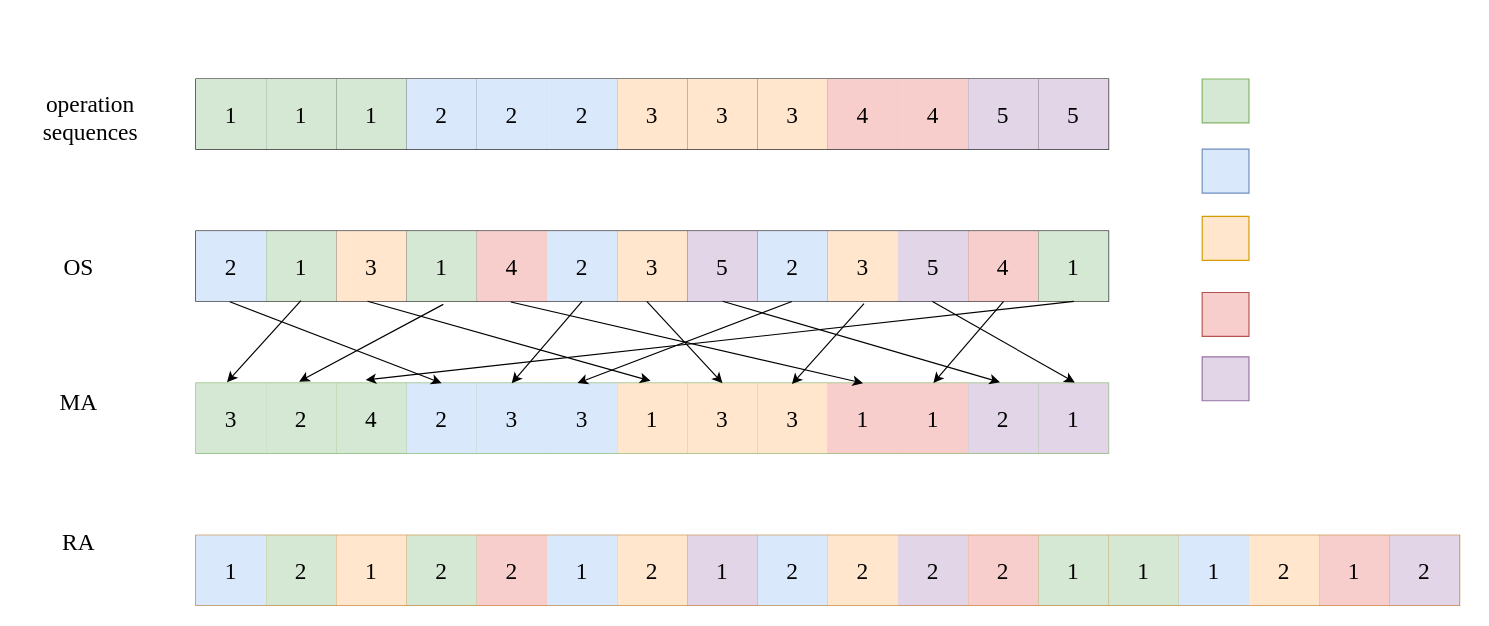
Above: 未命名绘图.drawio in aslongaslihappy/algorithm (draw.io), before the change. Source tidied: cells renumbered, new cells numbered last; positions are measured from the earlier drawing's top-left corner, leaving out a move shared by most shapes. Both pictures are drawn from the tidied source at 117%, with x=0, y=0 at pixel (20, 78).
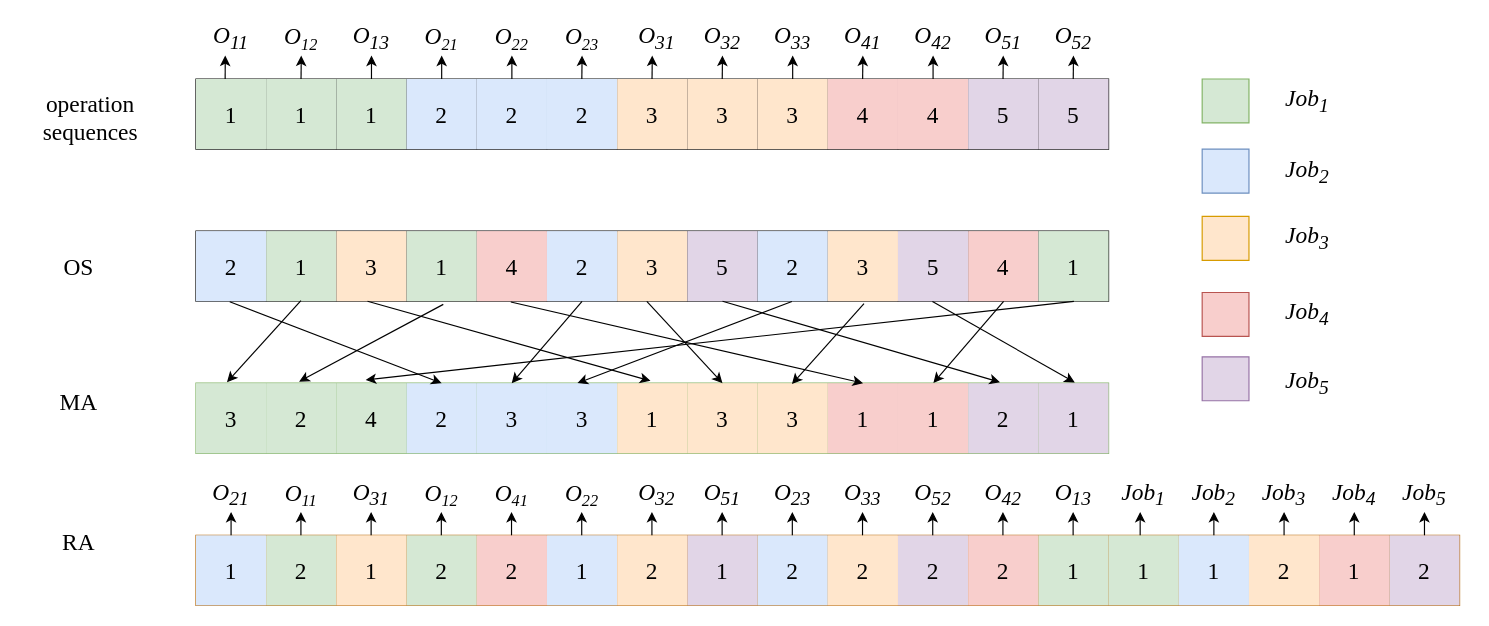
The same page after the edit.

Unchanged cells that the change refers to:
```xml
<mxCell id="56" style="shape=tableRow;horizontal=0;startSize=0;swimlaneHead=0;swimlaneBody=0;strokeColor=inherit;top=0;left=0;bottom=0;right=0;fillColor=none;points=[[0,0.5],[1,0.5]];portConstraint=eastwest;fontFamily=Times New Roman;fontSize=20;" parent="55" vertex="1">
  <mxGeometry width="780" height="60" as="geometry" />
</mxCell>
```

What changed in the source:
```diff
@@
+    <mxCell id="103" value="Job&lt;sub&gt;1&lt;/sub&gt;" style="text;strokeColor=none;align=center;fillColor=none;html=1;verticalAlign=middle;whiteSpace=wrap;rounded=0;fontSize=20;fontFamily=Times New Roman;fontStyle=2;" parent="1" vertex="1">
+      <mxGeometry x="1070" y="3.8" width="60" height="30" as="geometry" />
+    </mxCell>
+    <mxCell id="104" value="Job&lt;sub&gt;2&lt;/sub&gt;" style="text;strokeColor=none;align=center;fillColor=none;html=1;verticalAlign=middle;whiteSpace=wrap;rounded=0;fontSize=20;fontFamily=Times New Roman;fontStyle=2;" parent="1" vertex="1">
+      <mxGeometry x="1070" y="63.8" width="60" height="30" as="geometry" />
+    </mxCell>
+    <mxCell id="105" value="Job&lt;sub&gt;3&lt;/sub&gt;" style="text;strokeColor=none;align=center;fillColor=none;html=1;verticalAlign=middle;whiteSpace=wrap;rounded=0;fontSize=20;fontFamily=Times New Roman;fontStyle=2;" parent="1" vertex="1">
+      <mxGeometry x="1070" y="121.2" width="60" height="30" as="geometry" />
+    </mxCell>
+    <mxCell id="106" value="Job&lt;sub&gt;4&lt;/sub&gt;" style="text;strokeColor=none;align=center;fillColor=none;html=1;verticalAlign=middle;whiteSpace=wrap;rounded=0;fontSize=20;fontFamily=Times New Roman;fontStyle=2;" parent="1" vertex="1">
+      <mxGeometry x="1070" y="186.2" width="60" height="30" as="geometry" />
+    </mxCell>
+    <mxCell id="107" value="Job&lt;sub&gt;5&lt;/sub&gt;" style="text;strokeColor=none;align=center;fillColor=none;html=1;verticalAlign=middle;whiteSpace=wrap;rounded=0;fontSize=20;fontFamily=Times New Roman;fontStyle=2;" parent="1" vertex="1">
+      <mxGeometry x="1070" y="245" width="60" height="30" as="geometry" />
+    </mxCell>
+    <mxCell id="108" value="&lt;i&gt;O&lt;sub&gt;11&lt;/sub&gt;&lt;/i&gt;" style="text;strokeColor=none;align=center;fillColor=none;html=1;verticalAlign=middle;whiteSpace=wrap;rounded=0;fontSize=20;fontFamily=Times New Roman;" parent="1" vertex="1">
+      <mxGeometry x="150" y="-50" width="60" height="30" as="geometry" />
+    </mxCell>
+    <mxCell id="109" value="&lt;i&gt;O&lt;span style=&quot;font-size: 16.6667px;&quot;&gt;&lt;sub&gt;12&lt;/sub&gt;&lt;/span&gt;&lt;/i&gt;" style="text;strokeColor=none;align=center;fillColor=none;html=1;verticalAlign=middle;whiteSpace=wrap;rounded=0;fontSize=20;fontFamily=Times New Roman;" parent="1" vertex="1">
+      <mxGeometry x="210" y="-50" width="60" height="30" as="geometry" />
+    </mxCell>
+    <mxCell id="110" value="&lt;i&gt;O&lt;sub&gt;13&lt;/sub&gt;&lt;/i&gt;" style="text;strokeColor=none;align=center;fillColor=none;html=1;verticalAlign=middle;whiteSpace=wrap;rounded=0;fontSize=20;fontFamily=Times New Roman;" parent="1" vertex="1">
+      <mxGeometry x="270" y="-50" width="60" height="30" as="geometry" />
+    </mxCell>
+    <mxCell id="111" value="&lt;i&gt;O&lt;sub&gt;33&lt;/sub&gt;&lt;/i&gt;" style="text;strokeColor=none;align=center;fillColor=none;html=1;verticalAlign=middle;whiteSpace=wrap;rounded=0;fontSize=20;fontFamily=Times New Roman;" parent="1" vertex="1">
+      <mxGeometry x="630" y="-50" width="60" height="30" as="geometry" />
+    </mxCell>
+    <mxCell id="112" value="&lt;i&gt;O&lt;sub&gt;32&lt;/sub&gt;&lt;/i&gt;" style="text;strokeColor=none;align=center;fillColor=none;html=1;verticalAlign=middle;whiteSpace=wrap;rounded=0;fontSize=20;fontFamily=Times New Roman;" parent="1" vertex="1">
+      <mxGeometry x="570" y="-50" width="60" height="30" as="geometry" />
+    </mxCell>
+    <mxCell id="113" value="&lt;i&gt;O&lt;sub&gt;31&lt;/sub&gt;&lt;/i&gt;" style="text;strokeColor=none;align=center;fillColor=none;html=1;verticalAlign=middle;whiteSpace=wrap;rounded=0;fontSize=20;fontFamily=Times New Roman;" parent="1" vertex="1">
+      <mxGeometry x="514" y="-50" width="60" height="30" as="geometry" />
+    </mxCell>
+    <mxCell id="114" value="&lt;i&gt;O&lt;span style=&quot;font-size: 16.6667px;&quot;&gt;&lt;sub&gt;21&lt;/sub&gt;&lt;/span&gt;&lt;/i&gt;" style="text;strokeColor=none;align=center;fillColor=none;html=1;verticalAlign=middle;whiteSpace=wrap;rounded=0;fontSize=20;fontFamily=Times New Roman;" parent="1" vertex="1">
+      <mxGeometry x="330" y="-50" width="60" height="30" as="geometry" />
+    </mxCell>
+    <mxCell id="115" value="&lt;i&gt;O&lt;span style=&quot;font-size: 16.6667px;&quot;&gt;&lt;sub&gt;23&lt;/sub&gt;&lt;/span&gt;&lt;/i&gt;" style="text;strokeColor=none;align=center;fillColor=none;html=1;verticalAlign=middle;whiteSpace=wrap;rounded=0;fontSize=20;fontFamily=Times New Roman;" parent="1" vertex="1">
+      <mxGeometry x="450" y="-50" width="60" height="30" as="geometry" />
+    </mxCell>
+    <mxCell id="116" value="&lt;i&gt;O&lt;span style=&quot;font-size: 16.6667px;&quot;&gt;&lt;sub&gt;22&lt;/sub&gt;&lt;/span&gt;&lt;/i&gt;" style="text;strokeColor=none;align=center;fillColor=none;html=1;verticalAlign=middle;whiteSpace=wrap;rounded=0;fontSize=20;fontFamily=Times New Roman;" parent="1" vertex="1">
+      <mxGeometry x="390" y="-50" width="60" height="30" as="geometry" />
+    </mxCell>
+    <mxCell id="117" value="&lt;i&gt;O&lt;sub&gt;41&lt;/sub&gt;&lt;/i&gt;" style="text;strokeColor=none;align=center;fillColor=none;html=1;verticalAlign=middle;whiteSpace=wrap;rounded=0;fontSize=20;fontFamily=Times New Roman;" parent="1" vertex="1">
+      <mxGeometry x="690" y="-50" width="60" height="30" as="geometry" />
+    </mxCell>
+    <mxCell id="118" value="&lt;i&gt;O&lt;sub&gt;42&lt;/sub&gt;&lt;/i&gt;" style="text;strokeColor=none;align=center;fillColor=none;html=1;verticalAlign=middle;whiteSpace=wrap;rounded=0;fontSize=20;fontFamily=Times New Roman;" parent="1" vertex="1">
+      <mxGeometry x="750" y="-50" width="60" height="30" as="geometry" />
+    </mxCell>
+    <mxCell id="119" value="&lt;i&gt;O&lt;sub&gt;51&lt;/sub&gt;&lt;/i&gt;" style="text;strokeColor=none;align=center;fillColor=none;html=1;verticalAlign=middle;whiteSpace=wrap;rounded=0;fontSize=20;fontFamily=Times New Roman;" parent="1" vertex="1">
+      <mxGeometry x="810" y="-50" width="60" height="30" as="geometry" />
+    </mxCell>
+    <mxCell id="120" value="&lt;i&gt;O&lt;sub&gt;52&lt;/sub&gt;&lt;/i&gt;" style="text;strokeColor=none;align=center;fillColor=none;html=1;verticalAlign=middle;whiteSpace=wrap;rounded=0;fontSize=20;fontFamily=Times New Roman;" parent="1" vertex="1">
+      <mxGeometry x="870" y="-50" width="60" height="30" as="geometry" />
+    </mxCell>
+    <mxCell id="121" style="endArrow=classic;html=1;rounded=0;exitX=0.032;exitY=0;exitDx=0;exitDy=0;exitPerimeter=0;spacing=2;spacingTop=0;spacingBottom=0;" parent="1" edge="1" source="56">
+      <mxGeometry relative="1" as="geometry">
+        <mxPoint x="175" y="-20" as="targetPoint" />
+      </mxGeometry>
+    </mxCell>
+    <mxCell id="122" style="endArrow=classic;html=1;rounded=0;exitX=0.032;exitY=0;exitDx=0;exitDy=0;exitPerimeter=0;spacing=2;spacingTop=0;spacingBottom=0;" parent="1" edge="1">
+      <mxGeometry relative="1" as="geometry">
+        <mxPoint x="239.8" as="sourcePoint" />
+        <mxPoint x="240" y="-20" as="targetPoint" />
+      </mxGeometry>
+    </mxCell>
+    <mxCell id="123" style="endArrow=classic;html=1;rounded=0;exitX=0.032;exitY=0;exitDx=0;exitDy=0;exitPerimeter=0;spacing=2;spacingTop=0;spacingBottom=0;" parent="1" edge="1">
+      <mxGeometry relative="1" as="geometry">
+        <mxPoint x="300" as="sourcePoint" />
+        <mxPoint x="300" y="-20" as="targetPoint" />
+      </mxGeometry>
+    </mxCell>
+    <mxCell id="124" style="endArrow=classic;html=1;rounded=0;exitX=0.032;exitY=0;exitDx=0;exitDy=0;exitPerimeter=0;spacing=2;spacingTop=0;spacingBottom=0;" parent="1" edge="1">
+      <mxGeometry relative="1" as="geometry">
+        <mxPoint x="360" as="sourcePoint" />
+        <mxPoint x="360" y="-20" as="targetPoint" />
+      </mxGeometry>
+    </mxCell>
+    <mxCell id="125" style="endArrow=classic;html=1;rounded=0;exitX=0.032;exitY=0;exitDx=0;exitDy=0;exitPerimeter=0;spacing=2;spacingTop=0;spacingBottom=0;" parent="1" edge="1">
+      <mxGeometry relative="1" as="geometry">
+        <mxPoint x="420" as="sourcePoint" />
+        <mxPoint x="420" y="-20" as="targetPoint" />
+      </mxGeometry>
+    </mxCell>
+    <mxCell id="126" style="endArrow=classic;html=1;rounded=0;exitX=0.032;exitY=0;exitDx=0;exitDy=0;exitPerimeter=0;spacing=2;spacingTop=0;spacingBottom=0;" parent="1" edge="1">
+      <mxGeometry relative="1" as="geometry">
+        <mxPoint x="479.8" as="sourcePoint" />
+        <mxPoint x="480" y="-20" as="targetPoint" />
+      </mxGeometry>
+    </mxCell>
+    <mxCell id="127" style="endArrow=classic;html=1;rounded=0;exitX=0.032;exitY=0;exitDx=0;exitDy=0;exitPerimeter=0;spacing=2;spacingTop=0;spacingBottom=0;" parent="1" edge="1">
+      <mxGeometry relative="1" as="geometry">
+        <mxPoint x="539.8" as="sourcePoint" />
+        <mxPoint x="540" y="-20" as="targetPoint" />
+      </mxGeometry>
+    </mxCell>
+    <mxCell id="128" style="endArrow=classic;html=1;rounded=0;exitX=0.032;exitY=0;exitDx=0;exitDy=0;exitPerimeter=0;spacing=2;spacingTop=0;spacingBottom=0;" parent="1" edge="1">
+      <mxGeometry relative="1" as="geometry">
+        <mxPoint x="599.8" as="sourcePoint" />
+        <mxPoint x="600" y="-20" as="targetPoint" />
+      </mxGeometry>
+    </mxCell>
+    <mxCell id="129" style="endArrow=classic;html=1;rounded=0;exitX=0.032;exitY=0;exitDx=0;exitDy=0;exitPerimeter=0;spacing=2;spacingTop=0;spacingBottom=0;" parent="1" edge="1">
+      <mxGeometry relative="1" as="geometry">
+        <mxPoint x="660" as="sourcePoint" />
+        <mxPoint x="660" y="-20" as="targetPoint" />
+      </mxGeometry>
+    </mxCell>
+    <mxCell id="130" style="endArrow=classic;html=1;rounded=0;exitX=0.032;exitY=0;exitDx=0;exitDy=0;exitPerimeter=0;spacing=2;spacingTop=0;spacingBottom=0;" parent="1" edge="1">
+      <mxGeometry relative="1" as="geometry">
+        <mxPoint x="719.8" as="sourcePoint" />
+        <mxPoint x="720" y="-20" as="targetPoint" />
+      </mxGeometry>
+    </mxCell>
+    <mxCell id="131" style="endArrow=classic;html=1;rounded=0;exitX=0.032;exitY=0;exitDx=0;exitDy=0;exitPerimeter=0;spacing=2;spacingTop=0;spacingBottom=0;" parent="1" edge="1">
+      <mxGeometry relative="1" as="geometry">
+        <mxPoint x="780" as="sourcePoint" />
+        <mxPoint x="780" y="-20" as="targetPoint" />
+      </mxGeometry>
+    </mxCell>
+    <mxCell id="132" style="endArrow=classic;html=1;rounded=0;exitX=0.032;exitY=0;exitDx=0;exitDy=0;exitPerimeter=0;spacing=2;spacingTop=0;spacingBottom=0;" parent="1" edge="1">
+      <mxGeometry relative="1" as="geometry">
+        <mxPoint x="839.8" as="sourcePoint" />
+        <mxPoint x="840" y="-20" as="targetPoint" />
+      </mxGeometry>
+    </mxCell>
+    <mxCell id="133" style="endArrow=classic;html=1;rounded=0;exitX=0.032;exitY=0;exitDx=0;exitDy=0;exitPerimeter=0;spacing=2;spacingTop=0;spacingBottom=0;" parent="1" edge="1">
+      <mxGeometry relative="1" as="geometry">
+        <mxPoint x="899.8" as="sourcePoint" />
+        <mxPoint x="900" y="-20" as="targetPoint" />
+      </mxGeometry>
+    </mxCell>
+    <mxCell id="134" style="endArrow=classic;html=1;rounded=0;exitX=0.032;exitY=0;exitDx=0;exitDy=0;exitPerimeter=0;" parent="1" edge="1">
+      <mxGeometry relative="1" as="geometry">
+        <mxPoint x="180" y="390" as="sourcePoint" />
+        <mxPoint x="180" y="370" as="targetPoint" />
+      </mxGeometry>
+    </mxCell>
+    <mxCell id="135" value="&lt;i&gt;O&lt;sub&gt;21&lt;/sub&gt;&lt;/i&gt;" style="text;strokeColor=none;align=center;fillColor=none;html=1;verticalAlign=middle;whiteSpace=wrap;rounded=0;fontSize=20;fontFamily=Times New Roman;" parent="1" vertex="1">
+      <mxGeometry x="150" y="340" width="60" height="30" as="geometry" />
+    </mxCell>
+    <mxCell id="136" value="&lt;i&gt;O&lt;span style=&quot;font-size: 16.6667px;&quot;&gt;&lt;sub&gt;11&lt;/sub&gt;&lt;/span&gt;&lt;/i&gt;" style="text;strokeColor=none;align=center;fillColor=none;html=1;verticalAlign=middle;whiteSpace=wrap;rounded=0;fontSize=20;fontFamily=Times New Roman;" parent="1" vertex="1">
+      <mxGeometry x="210" y="340" width="60" height="30" as="geometry" />
+    </mxCell>
+    <mxCell id="137" value="&lt;i&gt;O&lt;sub&gt;31&lt;/sub&gt;&lt;/i&gt;" style="text;strokeColor=none;align=center;fillColor=none;html=1;verticalAlign=middle;whiteSpace=wrap;rounded=0;fontSize=20;fontFamily=Times New Roman;" parent="1" vertex="1">
+      <mxGeometry x="270" y="340" width="60" height="30" as="geometry" />
+    </mxCell>
+    <mxCell id="138" value="&lt;i&gt;O&lt;sub&gt;23&lt;/sub&gt;&lt;/i&gt;" style="text;strokeColor=none;align=center;fillColor=none;html=1;verticalAlign=middle;whiteSpace=wrap;rounded=0;fontSize=20;fontFamily=Times New Roman;" parent="1" vertex="1">
+      <mxGeometry x="630" y="340" width="60" height="30" as="geometry" />
+    </mxCell>
+    <mxCell id="139" value="&lt;i&gt;O&lt;sub&gt;51&lt;/sub&gt;&lt;/i&gt;" style="text;strokeColor=none;align=center;fillColor=none;html=1;verticalAlign=middle;whiteSpace=wrap;rounded=0;fontSize=20;fontFamily=Times New Roman;" parent="1" vertex="1">
+      <mxGeometry x="570" y="340" width="60" height="30" as="geometry" />
+    </mxCell>
+    <mxCell id="140" value="&lt;i&gt;O&lt;sub&gt;32&lt;/sub&gt;&lt;/i&gt;" style="text;strokeColor=none;align=center;fillColor=none;html=1;verticalAlign=middle;whiteSpace=wrap;rounded=0;fontSize=20;fontFamily=Times New Roman;" parent="1" vertex="1">
+      <mxGeometry x="514" y="340" width="60" height="30" as="geometry" />
+    </mxCell>
+    <mxCell id="141" value="&lt;i&gt;O&lt;span style=&quot;font-size: 16.6667px;&quot;&gt;&lt;sub&gt;12&lt;/sub&gt;&lt;/span&gt;&lt;/i&gt;" style="text;strokeColor=none;align=center;fillColor=none;html=1;verticalAlign=middle;whiteSpace=wrap;rounded=0;fontSize=20;fontFamily=Times New Roman;" parent="1" vertex="1">
+      <mxGeometry x="330" y="340" width="60" height="30" as="geometry" />
+    </mxCell>
+    <mxCell id="142" value="&lt;i&gt;O&lt;span style=&quot;font-size: 16.6667px;&quot;&gt;&lt;sub&gt;22&lt;/sub&gt;&lt;/span&gt;&lt;/i&gt;" style="text;strokeColor=none;align=center;fillColor=none;html=1;verticalAlign=middle;whiteSpace=wrap;rounded=0;fontSize=20;fontFamily=Times New Roman;" parent="1" vertex="1">
+      <mxGeometry x="450" y="340" width="60" height="30" as="geometry" />
+    </mxCell>
+    <mxCell id="143" value="&lt;i&gt;O&lt;span style=&quot;font-size: 16.6667px;&quot;&gt;&lt;sub&gt;41&lt;/sub&gt;&lt;/span&gt;&lt;/i&gt;" style="text;strokeColor=none;align=center;fillColor=none;html=1;verticalAlign=middle;whiteSpace=wrap;rounded=0;fontSize=20;fontFamily=Times New Roman;" parent="1" vertex="1">
+      <mxGeometry x="390" y="340" width="60" height="30" as="geometry" />
+    </mxCell>
+    <mxCell id="144" value="&lt;i&gt;O&lt;sub&gt;33&lt;/sub&gt;&lt;/i&gt;" style="text;strokeColor=none;align=center;fillColor=none;html=1;verticalAlign=middle;whiteSpace=wrap;rounded=0;fontSize=20;fontFamily=Times New Roman;" parent="1" vertex="1">
+      <mxGeometry x="690" y="340" width="60" height="30" as="geometry" />
+    </mxCell>
+    <mxCell id="145" value="&lt;i&gt;O&lt;sub&gt;52&lt;/sub&gt;&lt;/i&gt;" style="text;strokeColor=none;align=center;fillColor=none;html=1;verticalAlign=middle;whiteSpace=wrap;rounded=0;fontSize=20;fontFamily=Times New Roman;" parent="1" vertex="1">
+      <mxGeometry x="750" y="340" width="60" height="30" as="geometry" />
+    </mxCell>
+    <mxCell id="146" value="&lt;i&gt;O&lt;sub&gt;42&lt;/sub&gt;&lt;/i&gt;" style="text;strokeColor=none;align=center;fillColor=none;html=1;verticalAlign=middle;whiteSpace=wrap;rounded=0;fontSize=20;fontFamily=Times New Roman;" parent="1" vertex="1">
+      <mxGeometry x="810" y="340" width="60" height="30" as="geometry" />
+    </mxCell>
+    <mxCell id="147" value="&lt;i&gt;O&lt;sub&gt;13&lt;/sub&gt;&lt;/i&gt;" style="text;strokeColor=none;align=center;fillColor=none;html=1;verticalAlign=middle;whiteSpace=wrap;rounded=0;fontSize=20;fontFamily=Times New Roman;" parent="1" vertex="1">
+      <mxGeometry x="870" y="340" width="60" height="30" as="geometry" />
+    </mxCell>
+    <mxCell id="148" style="endArrow=classic;html=1;rounded=0;exitX=0.032;exitY=0;exitDx=0;exitDy=0;exitPerimeter=0;" parent="1" edge="1">
+      <mxGeometry relative="1" as="geometry">
+        <mxPoint x="239.7" y="390" as="sourcePoint" />
+        <mxPoint x="239.7" y="370" as="targetPoint" />
+      </mxGeometry>
+    </mxCell>
+    <mxCell id="149" style="endArrow=classic;html=1;rounded=0;exitX=0.032;exitY=0;exitDx=0;exitDy=0;exitPerimeter=0;" parent="1" edge="1">
+      <mxGeometry relative="1" as="geometry">
+        <mxPoint x="779.7" y="390" as="sourcePoint" />
+        <mxPoint x="779.7" y="370" as="targetPoint" />
+      </mxGeometry>
+    </mxCell>
+    <mxCell id="150" style="endArrow=classic;html=1;rounded=0;exitX=0.032;exitY=0;exitDx=0;exitDy=0;exitPerimeter=0;" parent="1" edge="1">
+      <mxGeometry relative="1" as="geometry">
+        <mxPoint x="719.7" y="390" as="sourcePoint" />
+        <mxPoint x="719.7" y="370" as="targetPoint" />
+      </mxGeometry>
+    </mxCell>
+    <mxCell id="151" style="endArrow=classic;html=1;rounded=0;exitX=0.032;exitY=0;exitDx=0;exitDy=0;exitPerimeter=0;" parent="1" edge="1">
+      <mxGeometry relative="1" as="geometry">
+        <mxPoint x="659.7" y="390" as="sourcePoint" />
+        <mxPoint x="659.7" y="370" as="targetPoint" />
+      </mxGeometry>
+    </mxCell>
+    <mxCell id="152" style="endArrow=classic;html=1;rounded=0;exitX=0.032;exitY=0;exitDx=0;exitDy=0;exitPerimeter=0;" parent="1" edge="1">
+      <mxGeometry relative="1" as="geometry">
+        <mxPoint x="599.7" y="390" as="sourcePoint" />
+        <mxPoint x="599.7" y="370" as="targetPoint" />
+      </mxGeometry>
+    </mxCell>
+    <mxCell id="153" style="endArrow=classic;html=1;rounded=0;exitX=0.032;exitY=0;exitDx=0;exitDy=0;exitPerimeter=0;" parent="1" edge="1">
+      <mxGeometry relative="1" as="geometry">
+        <mxPoint x="539.7" y="390" as="sourcePoint" />
+        <mxPoint x="539.7" y="370" as="targetPoint" />
+      </mxGeometry>
+    </mxCell>
+    <mxCell id="154" style="endArrow=classic;html=1;rounded=0;exitX=0.032;exitY=0;exitDx=0;exitDy=0;exitPerimeter=0;" parent="1" edge="1">
+      <mxGeometry relative="1" as="geometry">
+        <mxPoint x="479.7" y="390" as="sourcePoint" />
+        <mxPoint x="479.7" y="370" as="targetPoint" />
+      </mxGeometry>
+    </mxCell>
+    <mxCell id="155" style="endArrow=classic;html=1;rounded=0;exitX=0.032;exitY=0;exitDx=0;exitDy=0;exitPerimeter=0;" parent="1" edge="1">
+      <mxGeometry relative="1" as="geometry">
+        <mxPoint x="419.7" y="390" as="sourcePoint" />
+        <mxPoint x="419.7" y="370" as="targetPoint" />
+      </mxGeometry>
+    </mxCell>
+    <mxCell id="156" style="endArrow=classic;html=1;rounded=0;exitX=0.032;exitY=0;exitDx=0;exitDy=0;exitPerimeter=0;" parent="1" edge="1">
+      <mxGeometry relative="1" as="geometry">
+        <mxPoint x="359.7" y="390" as="sourcePoint" />
+        <mxPoint x="359.7" y="370" as="targetPoint" />
+      </mxGeometry>
+    </mxCell>
+    <mxCell id="157" style="endArrow=classic;html=1;rounded=0;exitX=0.032;exitY=0;exitDx=0;exitDy=0;exitPerimeter=0;" parent="1" edge="1">
+      <mxGeometry relative="1" as="geometry">
+        <mxPoint x="299.7" y="390" as="sourcePoint" />
+        <mxPoint x="299.7" y="370" as="targetPoint" />
+      </mxGeometry>
+    </mxCell>
+    <mxCell id="158" style="endArrow=classic;html=1;rounded=0;exitX=0.032;exitY=0;exitDx=0;exitDy=0;exitPerimeter=0;" parent="1" edge="1">
+      <mxGeometry relative="1" as="geometry">
+        <mxPoint x="839.7" y="390" as="sourcePoint" />
+        <mxPoint x="839.7" y="370" as="targetPoint" />
+      </mxGeometry>
+    </mxCell>
+    <mxCell id="159" style="endArrow=classic;html=1;rounded=0;exitX=0.032;exitY=0;exitDx=0;exitDy=0;exitPerimeter=0;" parent="1" edge="1">
+      <mxGeometry relative="1" as="geometry">
+        <mxPoint x="899.7" y="390" as="sourcePoint" />
+        <mxPoint x="899.7" y="370" as="targetPoint" />
+      </mxGeometry>
+    </mxCell>
+    <mxCell id="160" style="endArrow=classic;html=1;rounded=0;exitX=0.032;exitY=0;exitDx=0;exitDy=0;exitPerimeter=0;" parent="1" edge="1">
+      <mxGeometry relative="1" as="geometry">
+        <mxPoint x="957" y="390" as="sourcePoint" />
+        <mxPoint x="957" y="370" as="targetPoint" />
+      </mxGeometry>
+    </mxCell>
+    <mxCell id="161" style="endArrow=classic;html=1;rounded=0;exitX=0.032;exitY=0;exitDx=0;exitDy=0;exitPerimeter=0;" parent="1" edge="1">
+      <mxGeometry relative="1" as="geometry">
+        <mxPoint x="1200" y="390" as="sourcePoint" />
+        <mxPoint x="1200" y="370" as="targetPoint" />
+      </mxGeometry>
+    </mxCell>
+    <mxCell id="162" style="endArrow=classic;html=1;rounded=0;exitX=0.032;exitY=0;exitDx=0;exitDy=0;exitPerimeter=0;" parent="1" edge="1">
+      <mxGeometry relative="1" as="geometry">
+        <mxPoint x="1140" y="390" as="sourcePoint" />
+        <mxPoint x="1140" y="370" as="targetPoint" />
+      </mxGeometry>
+    </mxCell>
+    <mxCell id="163" style="endArrow=classic;html=1;rounded=0;exitX=0.032;exitY=0;exitDx=0;exitDy=0;exitPerimeter=0;" parent="1" edge="1">
+      <mxGeometry relative="1" as="geometry">
+        <mxPoint x="1080" y="390" as="sourcePoint" />
+        <mxPoint x="1080" y="370" as="targetPoint" />
+      </mxGeometry>
+    </mxCell>
+    <mxCell id="164" style="endArrow=classic;html=1;rounded=0;exitX=0.032;exitY=0;exitDx=0;exitDy=0;exitPerimeter=0;" parent="1" edge="1">
+      <mxGeometry relative="1" as="geometry">
+        <mxPoint x="1020" y="390" as="sourcePoint" />
+        <mxPoint x="1020" y="370" as="targetPoint" />
+      </mxGeometry>
+    </mxCell>
+    <mxCell id="165" value="Job&lt;sub&gt;1&lt;/sub&gt;" style="text;strokeColor=none;align=center;fillColor=none;html=1;verticalAlign=middle;whiteSpace=wrap;rounded=0;fontSize=20;fontFamily=Times New Roman;fontStyle=2;" parent="1" vertex="1">
+      <mxGeometry x="930" y="340" width="60" height="30" as="geometry" />
+    </mxCell>
+    <mxCell id="166" value="Job&lt;sub&gt;2&lt;/sub&gt;" style="text;strokeColor=none;align=center;fillColor=none;html=1;verticalAlign=middle;whiteSpace=wrap;rounded=0;fontSize=20;fontFamily=Times New Roman;fontStyle=2;" parent="1" vertex="1">
+      <mxGeometry x="990" y="340" width="60" height="30" as="geometry" />
+    </mxCell>
+    <mxCell id="167" value="Job&lt;sub&gt;3&lt;/sub&gt;" style="text;strokeColor=none;align=center;fillColor=none;html=1;verticalAlign=middle;whiteSpace=wrap;rounded=0;fontSize=20;fontFamily=Times New Roman;fontStyle=2;" parent="1" vertex="1">
+      <mxGeometry x="1050" y="340" width="60" height="30" as="geometry" />
+    </mxCell>
+    <mxCell id="168" value="Job&lt;sub&gt;4&lt;/sub&gt;" style="text;strokeColor=none;align=center;fillColor=none;html=1;verticalAlign=middle;whiteSpace=wrap;rounded=0;fontSize=20;fontFamily=Times New Roman;fontStyle=2;" parent="1" vertex="1">
+      <mxGeometry x="1110" y="340" width="60" height="30" as="geometry" />
+    </mxCell>
+    <mxCell id="169" value="Job&lt;sub&gt;5&lt;/sub&gt;" style="text;strokeColor=none;align=center;fillColor=none;html=1;verticalAlign=middle;whiteSpace=wrap;rounded=0;fontSize=20;fontFamily=Times New Roman;fontStyle=2;" parent="1" vertex="1">
+      <mxGeometry x="1170" y="340" width="60" height="30" as="geometry" />
+    </mxCell>
```
